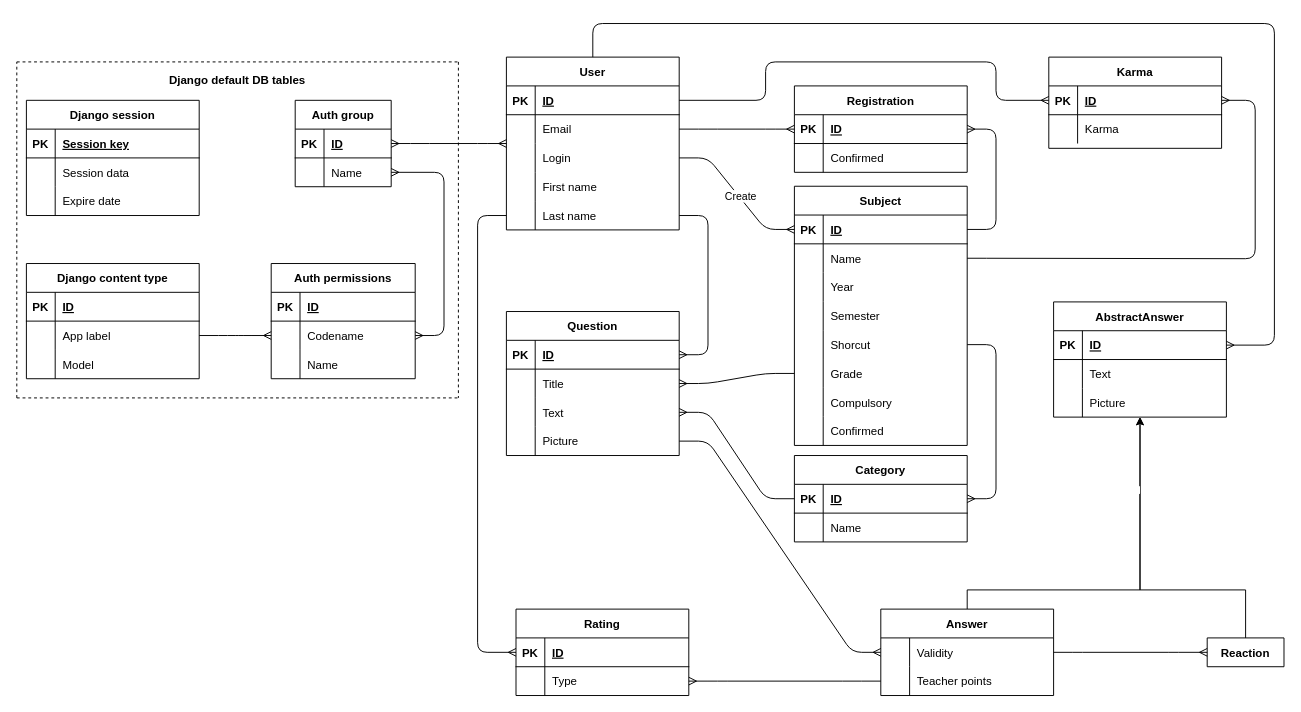
FilipSolich/IIS keeps this draw.io diagram as docs/ER.drawio. Above is the earlier version. Source tidied: cells renumbered, new cells numbered last; positions are measured from the earlier drawing's top-left corner, leaving out a move shared by most shapes. Both pictures are drawn from the tidied source at 96%, with x=0, y=0 at pixel (16, 23).
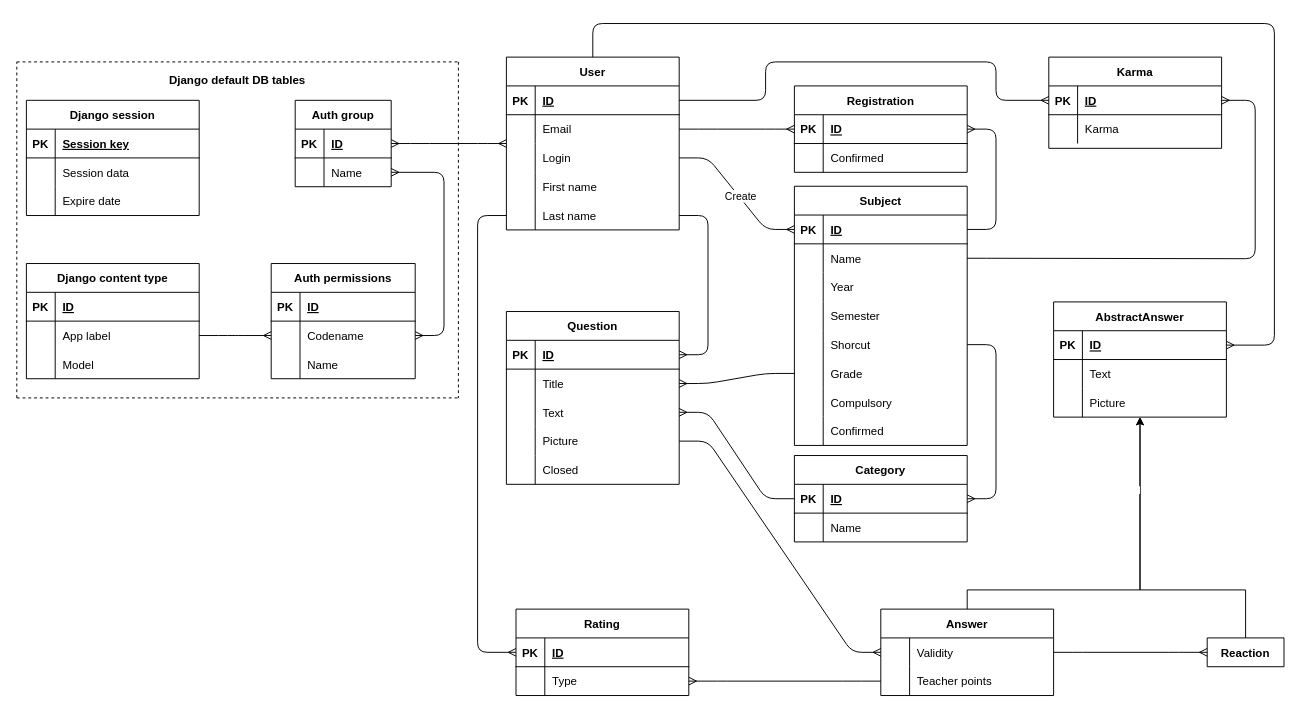
After the change.

Commit message (it also covers changes not shown here):
Add `closed` field into model Question

Diff of the diagram source:
```diff
@@
     <mxCell id="3" value="Question" style="shape=table;startSize=30;childLayout=tableLayout;rowLines=0;fontStyle=1;align=center;hachureGap=4;" parent="1" vertex="1">
-      <mxGeometry x="510" y="300" width="180" height="150" as="geometry" />
+      <mxGeometry x="510" y="300" width="180" height="180" as="geometry" />
     </mxCell>
@@
+    <mxCell id="168" style="shape=partialRectangle;fillColor=none;top=0;left=0;bottom=0;right=0;" parent="3" vertex="1">
+      <mxGeometry y="150" width="180" height="30" as="geometry" />
+    </mxCell>
+    <mxCell id="169" style="shape=partialRectangle;fillColor=none;top=0;left=0;bottom=0;right=0;overflow=hidden;" parent="168" vertex="1">
+      <mxGeometry width="30" height="30" as="geometry" />
+    </mxCell>
+    <mxCell id="170" value="Closed" style="shape=partialRectangle;fillColor=none;top=0;left=0;bottom=0;right=0;align=left;spacingLeft=6;overflow=hidden;" parent="168" vertex="1">
+      <mxGeometry x="30" width="150" height="30" as="geometry" />
+    </mxCell>
```
